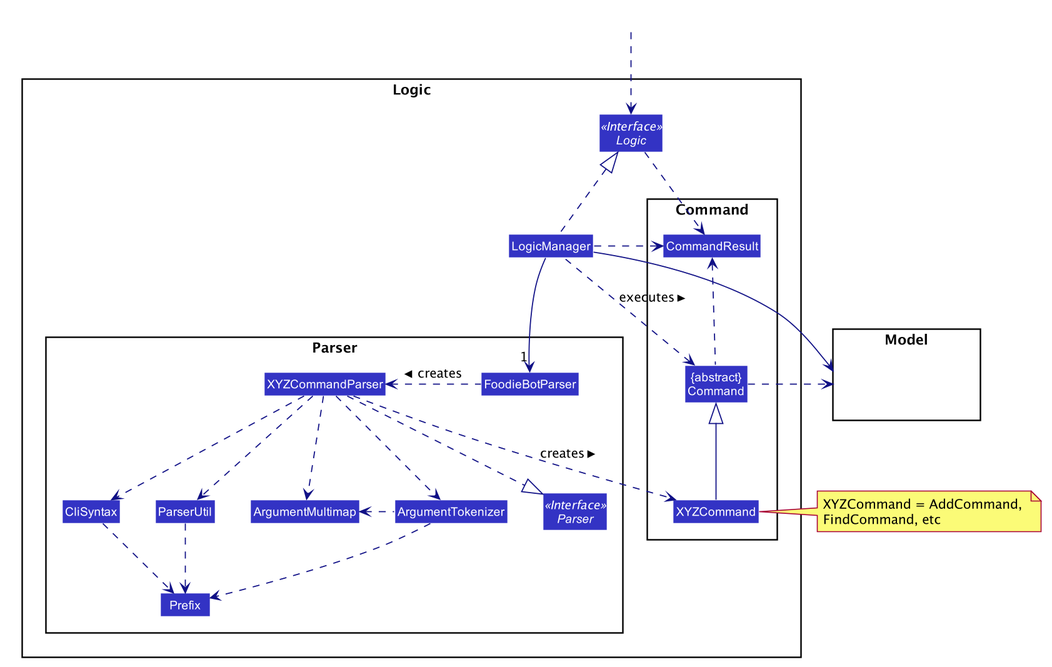
Before: images/LogicClassDiagram.png, a diagram exported from PlantUML (AY1920S2-CS2103T-F11-3/main).
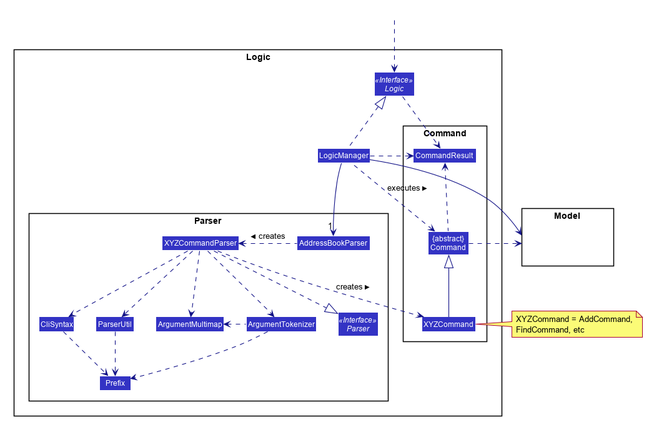
Later version of the same file.

The edit, as a diff of the source:
```diff
@@ -55,7 +55,7 @@
 
 package Parser {
 Interface Parser <<Interface>>
-Class FoodieBotParser
+Class AddressBookParser
 Class XYZCommandParser
 Class CliSyntax
 Class ParserUtil
@@ -82,8 +82,8 @@
 HiddenOutside ..> Logic
 
 LogicManager .up.|> Logic
-LogicManager -->"1" FoodieBotParser
-FoodieBotParser .left.> XYZCommandParser: creates >
+LogicManager -->"1" AddressBookParser
+AddressBookParser .left.> XYZCommandParser: creates >
 
 XYZCommandParser ..> XYZCommand : creates >
 XYZCommandParser ..|> Parser
```
